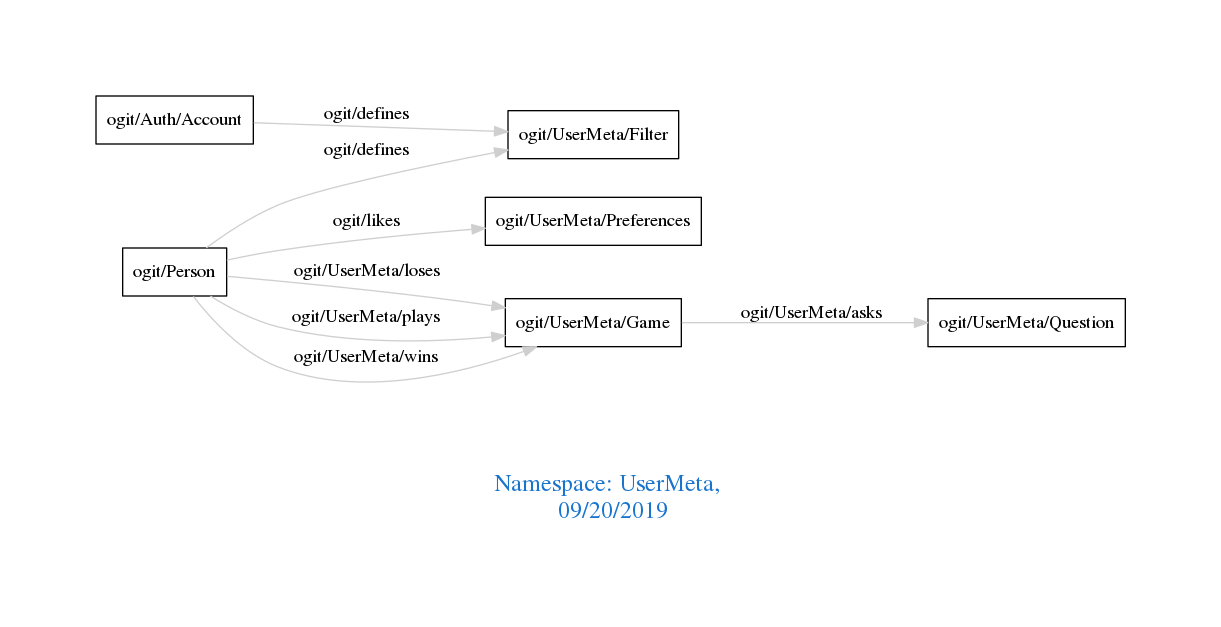
The Graphviz diagram downloads/UserMeta.png in arago/OGIT, before a commit. Its source is kept beside it as downloads/UserMeta.dot.
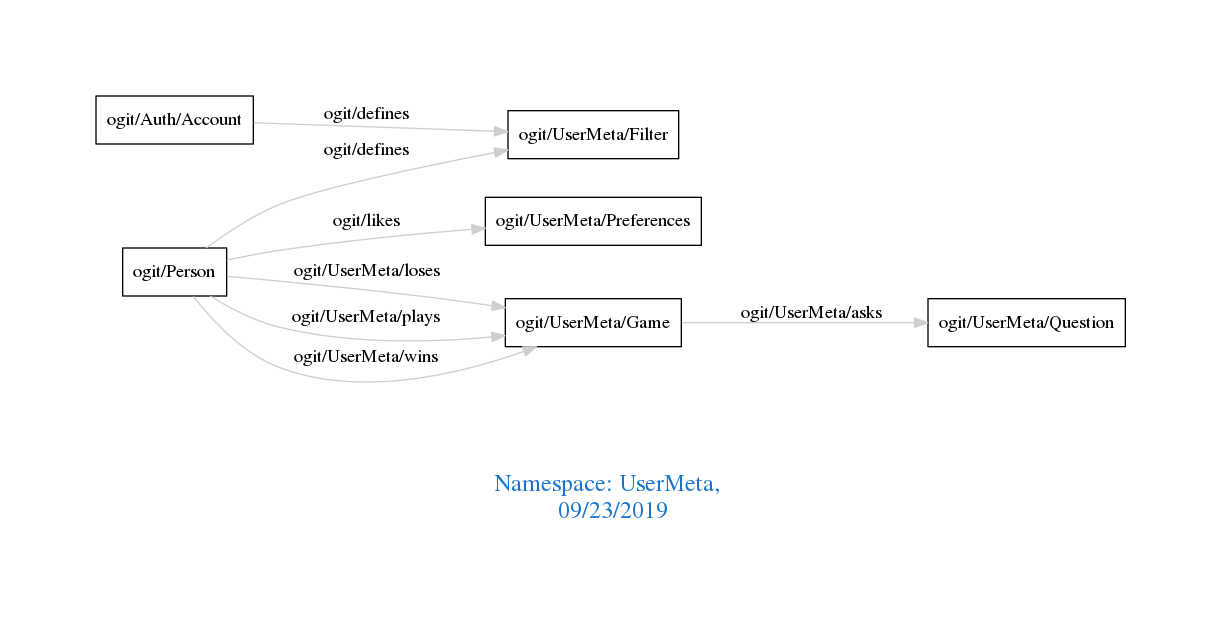
The same diagram one commit later.

What changed in the source:
```diff
@@ -1,7 +1,7 @@
 digraph OGIT_ontology {
  graph [ rankdir= LR,pad=1
 fontsize = 18,
-fontcolor= dodgerblue3,label = "\n\n\nNamespace: UserMeta, \n 09/20/2019"];
+fontcolor= dodgerblue3,label = "\n\n\nNamespace: UserMeta, \n 09/23/2019"];
 node[shape=polygon];
 edge [  color="gray81"];
 
```
